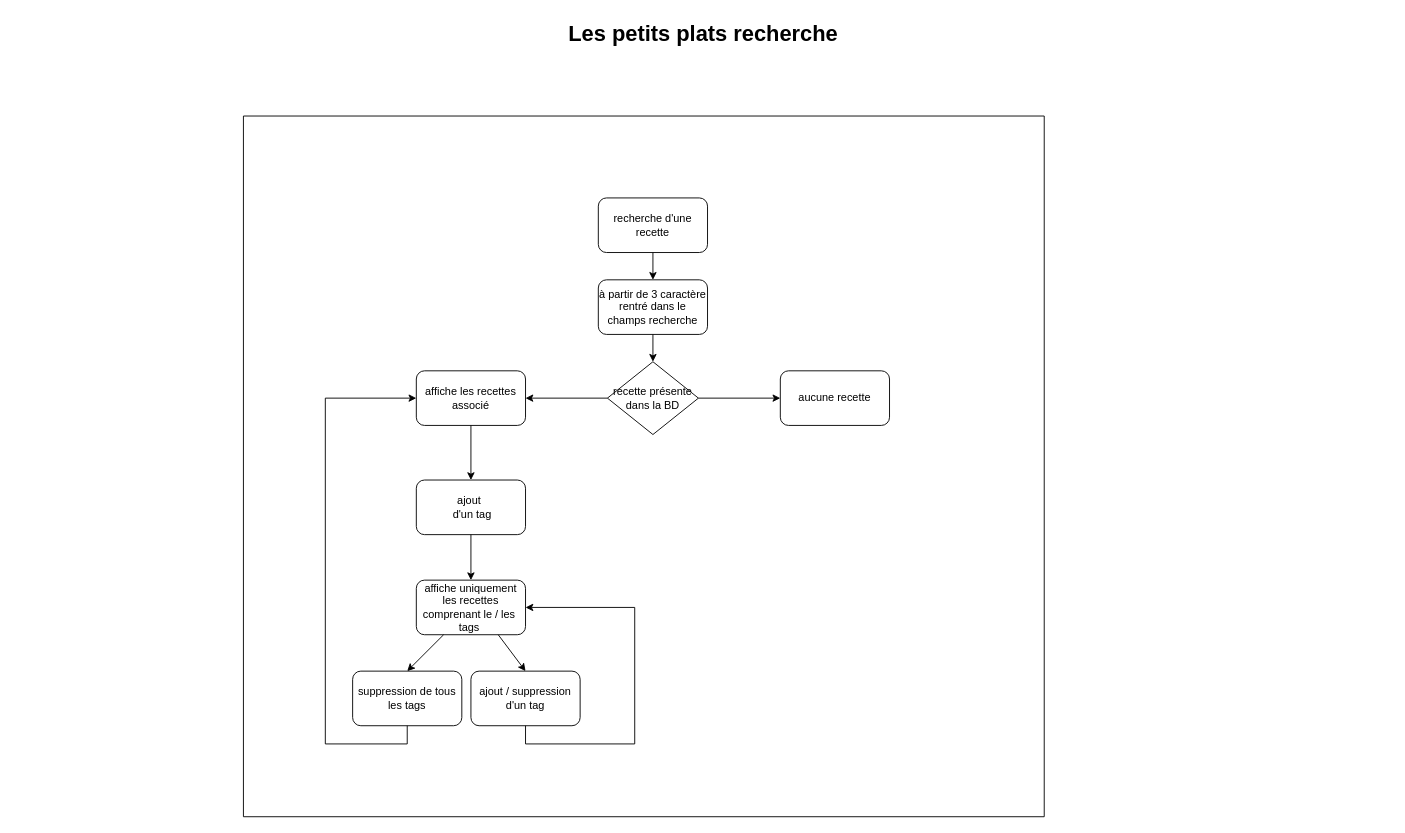
This is Diagramme sans nom.drawio from FlorentEeckeman/p7-React-Algo, a draw.io file, before an edit. Source tidied: cells renumbered, new cells numbered last; positions are measured from the earlier drawing's top-left corner, leaving out a move shared by most shapes. Both pictures are drawn from the tidied source at 91%, with x=0, y=0 at pixel (15, 15).
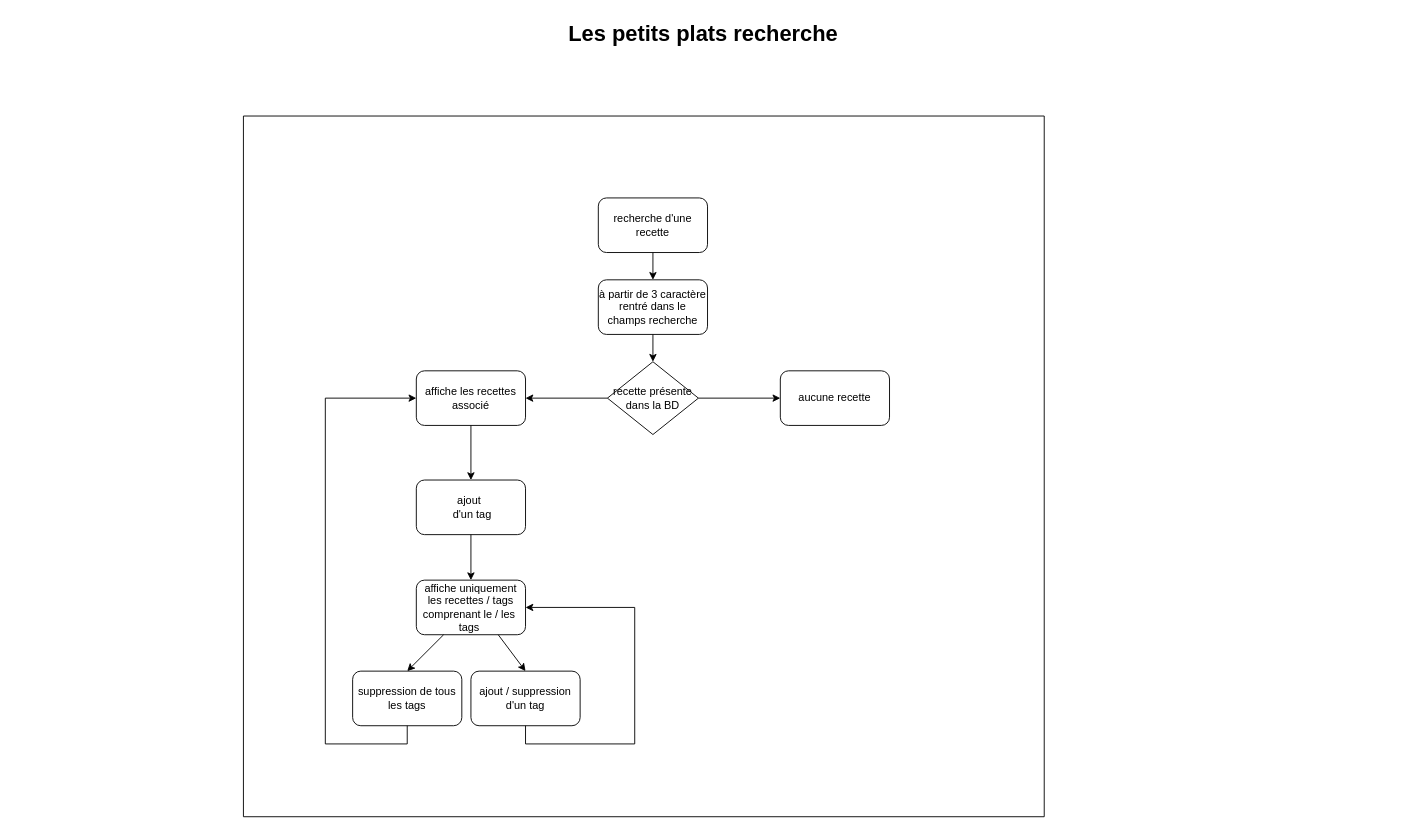
The same page after the edit.

Commit message:
Mettre à jour Diagramme sans nom.drawio

The change refers to these unchanged cells:
```xml
<mxCell id="3" style="swimlane;startSize=0;" parent="1" vertex="1">
  <mxGeometry x="250" y="110" width="880" height="770" as="geometry" />
</mxCell>
```

What changed in the source:
```diff
@@
-    <mxCell id="15" value="affiche uniquement les recettes comprenant le / les&amp;nbsp; tags&amp;nbsp;" style="rounded=1;whiteSpace=wrap;html=1;" parent="3" vertex="1">
+    <mxCell id="15" value="affiche uniquement les recettes / tags comprenant le / les&amp;nbsp; tags&amp;nbsp;" style="rounded=1;whiteSpace=wrap;html=1;" parent="3" vertex="1">
       <mxGeometry x="190" y="510" width="120" height="60" as="geometry" />
     </mxCell>
```
